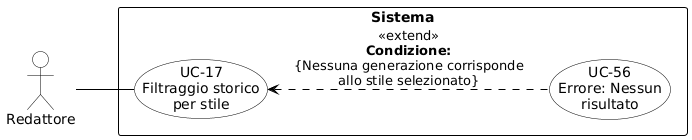
This is RTB/Analisi dei Requisiti/diagrammi_use_case/UC-17.png from aLittleByte-19/Documentazione, a PlantUML export, as it was before one commit. Its diagram source:
```plantuml
@startuml
skinparam shadowing false
skinparam defaultFontName Arial
left to right direction
skinparam nodesep 15
skinparam ranksep 50

skinparam usecase {
    BackgroundColor white
    BorderColor black
    ArrowColor black
}
skinparam actor {
    BackgroundColor white
    BorderColor black
}
skinparam rectangle {
    BorderColor black
    FontStyle bold
}

actor "Redattore" as R

rectangle "Sistema" {
    usecase "UC-17\nFiltraggio storico\nper stile" as UC17
    usecase "UC-56\nErrore: Nessun\nrisultato" as UC56

    UC17 <.. UC56 : <<extend>>\n**Condizione:**\n{Nessuna generazione corrisponde\nallo stile selezionato}
}

R -- UC17
@enduml
```
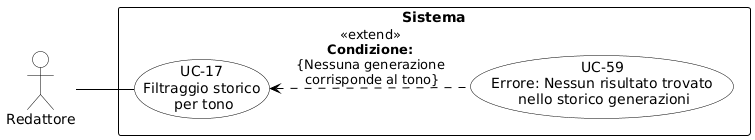
Above is the later version.

The edit, as a diff of the source:
```diff
@@ -19,14 +19,14 @@
     FontStyle bold
 }
 
-actor "Redattore" as R
+actor "Redattore" as redattore
 
 rectangle "Sistema" {
-    usecase "UC-17\nFiltraggio storico\nper stile" as UC17
-    usecase "UC-56\nErrore: Nessun\nrisultato" as UC56
+    usecase "UC-17\nFiltraggio storico\n per tono" as UC17
+    usecase "UC-59\nErrore: Nessun risultato trovato\n nello storico generazioni" as UC59
 
-    UC17 <.. UC56 : <<extend>>\n**Condizione:**\n{Nessuna generazione corrisponde\nallo stile selezionato}
+    UC59 .up.> UC17 : «extend»\n<b>Condizione:</b>\n{Nessuna generazione\n corrisponde al tono}
 }
 
-R -- UC17
+redattore -- UC17
 @enduml
```
